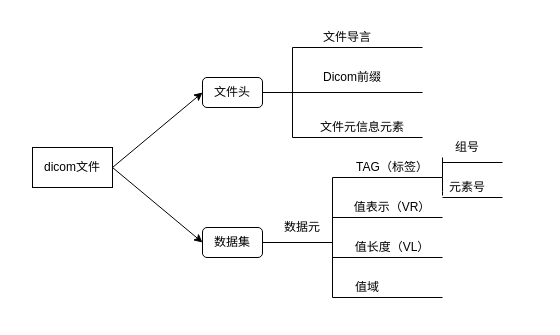
Before: DICOM.drawio in wuwou/drawio_graph, a draw.io diagram. Source tidied: cells renumbered, new cells numbered last; positions are measured from the earlier drawing's top-left corner, leaving out a move shared by most shapes. Both pictures are drawn from the tidied source at 100%, with x=0, y=0 at pixel (32, 27).
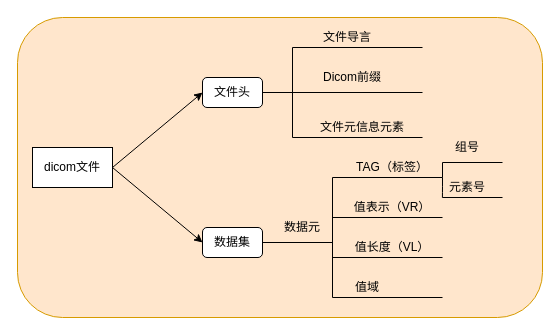
The same page after the edit.

Unchanged cells that the change refers to:
```xml
<mxCell id="18" value="TAG（标签）" style="text;html=1;strokeColor=none;fillColor=none;align=center;verticalAlign=middle;whiteSpace=wrap;rounded=0;" parent="1" vertex="1">
  <mxGeometry x="310" y="130" width="100" height="20" as="geometry" />
</mxCell>
<mxCell id="20" value="值表示（VR）" style="text;html=1;strokeColor=none;fillColor=none;align=center;verticalAlign=middle;whiteSpace=wrap;rounded=0;" parent="1" vertex="1">
  <mxGeometry x="300" y="170" width="120" height="20" as="geometry" />
</mxCell>
```

Change to the diagram source:
```diff
@@
+    <mxCell id="30" style="rounded=1;whiteSpace=wrap;html=1;fillColor=#ffe6cc;strokeColor=#d79b00;" parent="1" vertex="1">
+      <mxGeometry x="-15" y="-10" width="525" height="300" as="geometry" />
+    </mxCell>
@@
-    <mxCell id="27" style="endArrow=none;html=1;entryX=1;entryY=0;entryDx=0;entryDy=0;" parent="1" edge="1" target="18">
+    <mxCell id="27" style="endArrow=none;html=1;entryX=1;entryY=0.25;entryDx=0;entryDy=0;exitX=0.916;exitY=0.007;exitDx=0;exitDy=0;exitPerimeter=0;" parent="1" edge="1" source="20" target="18">
       <mxGeometry relative="1" as="geometry">
-        <mxPoint x="410" y="168" as="sourcePoint" />
         <Array as="points">
           <mxPoint x="410" y="160" />
         </Array>
       </mxGeometry>
     </mxCell>
```
